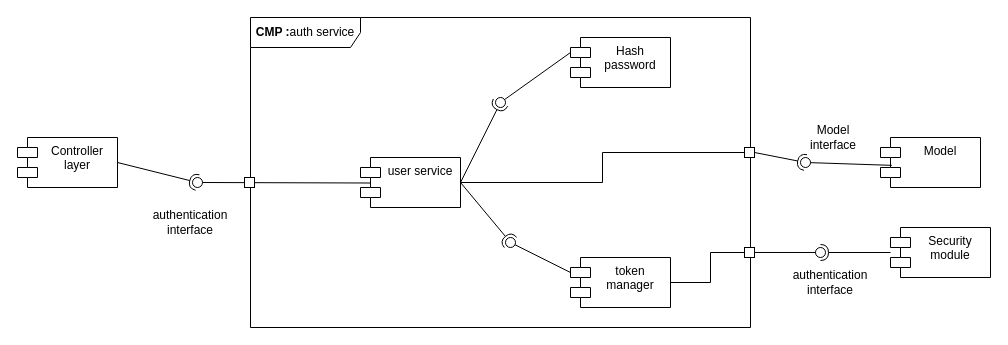
Before: page "Auth_detailed_view" (6 of 7) of DD/LaTeXCode/images/drawio/Component_diagram.drawio in jacopobellosi/Bellosi-Montanelli-Tempobono, a draw.io diagram. Source tidied: cells renumbered, new cells numbered last; positions are measured from the earlier drawing's top-left corner, leaving out a move shared by most shapes. Both pictures are drawn from the tidied source at 100%, with x=0, y=0 at pixel (17, 17).
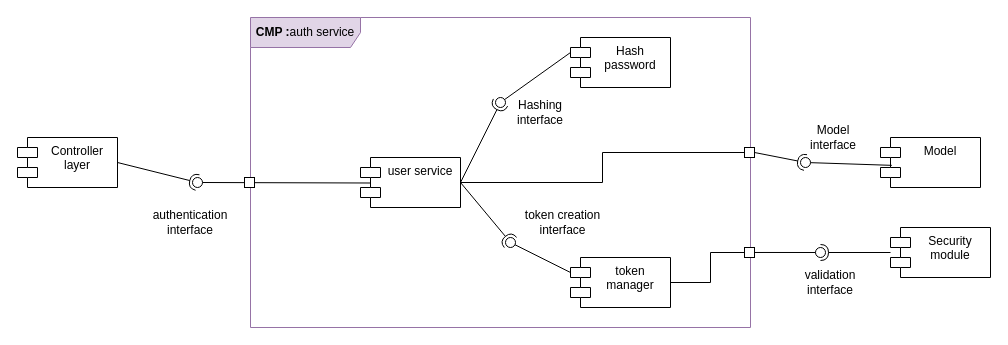
Above is the later version.

The edit, as a diff of the source:
```diff
@@
-    <mxCell id="4" value="&lt;b&gt;CMP :&lt;/b&gt;auth service" style="shape=umlFrame;whiteSpace=wrap;html=1;width=110;height=30;" parent="1" vertex="1">
+    <mxCell id="4" value="&lt;b&gt;CMP :&lt;/b&gt;auth service" style="shape=umlFrame;whiteSpace=wrap;html=1;width=110;height=30;fillColor=#e1d5e7;strokeColor=#9673a6;" parent="1" vertex="1">
       <mxGeometry x="233" width="500" height="310" as="geometry" />
     </mxCell>
@@
-    <mxCell id="33" value="authentication&lt;br&gt;interface" style="text;html=1;whiteSpace=wrap;strokeColor=none;fillColor=none;align=center;verticalAlign=middle;rounded=0;" parent="1" vertex="1">
+    <mxCell id="33" value="validation&lt;br&gt;interface" style="text;html=1;whiteSpace=wrap;strokeColor=none;fillColor=none;align=center;verticalAlign=middle;rounded=0;" parent="1" vertex="1">
       <mxGeometry x="783" y="250" width="60" height="30" as="geometry" />
     </mxCell>
@@
+    <mxCell id="36" value="Hashing interface" style="text;html=1;whiteSpace=wrap;strokeColor=none;fillColor=none;align=center;verticalAlign=middle;rounded=0;fontFamily=Helvetica;fontSize=12;fontColor=default;" parent="1" vertex="1">
+      <mxGeometry x="493" y="80" width="60" height="30" as="geometry" />
+    </mxCell>
+    <mxCell id="37" value="token creation&lt;br&gt;interface" style="text;html=1;whiteSpace=wrap;strokeColor=none;fillColor=none;align=center;verticalAlign=middle;rounded=0;" parent="1" vertex="1">
+      <mxGeometry x="498" y="190" width="95" height="30" as="geometry" />
+    </mxCell>
```
